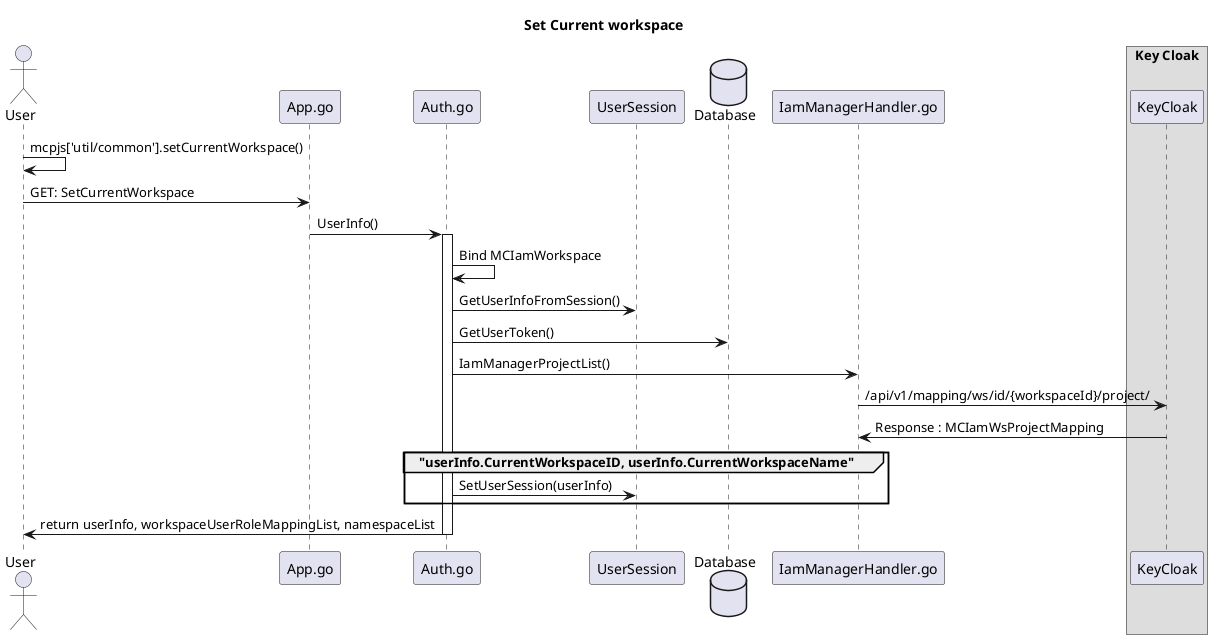
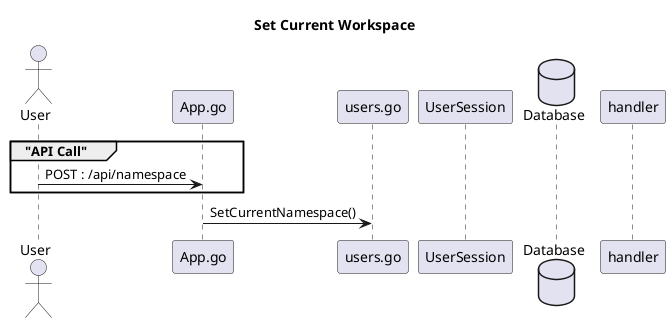
@startuml
+ title "Set Current Workspace"

-  title "Set Current workspace"
+ actor User as user

-  actor User as EndUser
+ participant "App.go" as app
+ participant "users.go" as route
+ participant "UserSession" as Session
+ database Database as DB
+ participant "handler" as handler

-  participant "App.go" as App
-  participant "Auth.go" as Auth
-  participant "UserSession" as Session
-  database Database as DB
-  participant "IamManagerHandler.go" as IamHandler
+ group "API Call"
+ user -> app : POST : /api/namespace
+ end
+ app -> route : SetCurrentNamespace()


-  box "Key Cloak"
-  participant KeyCloak as KC
-  end box
- 
- 
-  EndUser     -> EndUser : mcpjs['util/common'].setCurrentWorkspace()
-  EndUser     -> App : GET: SetCurrentWorkspace
-  App         -> Auth ++: UserInfo()
-  Auth        -> Auth : Bind MCIamWorkspace
- 
-  Auth        -> Session : GetUserInfoFromSession()
-  Auth        -> DB : GetUserToken()
- 
-  Auth        -> IamHandler : IamManagerProjectList()
-  IamHandler  -> KC : /api/v1/mapping/ws/id/{workspaceId}/project/
- 
-  IamHandler  <- KC : Response : MCIamWsProjectMapping
- 
-  group  "userInfo.CurrentWorkspaceID, userInfo.CurrentWorkspaceName"
-  Auth        -> Session : SetUserSession(userInfo)
-  end
- 
-  EndUser     <- Auth --: return userInfo, workspaceUserRoleMappingList, namespaceList
- 
-  @enduml
+ @enduml